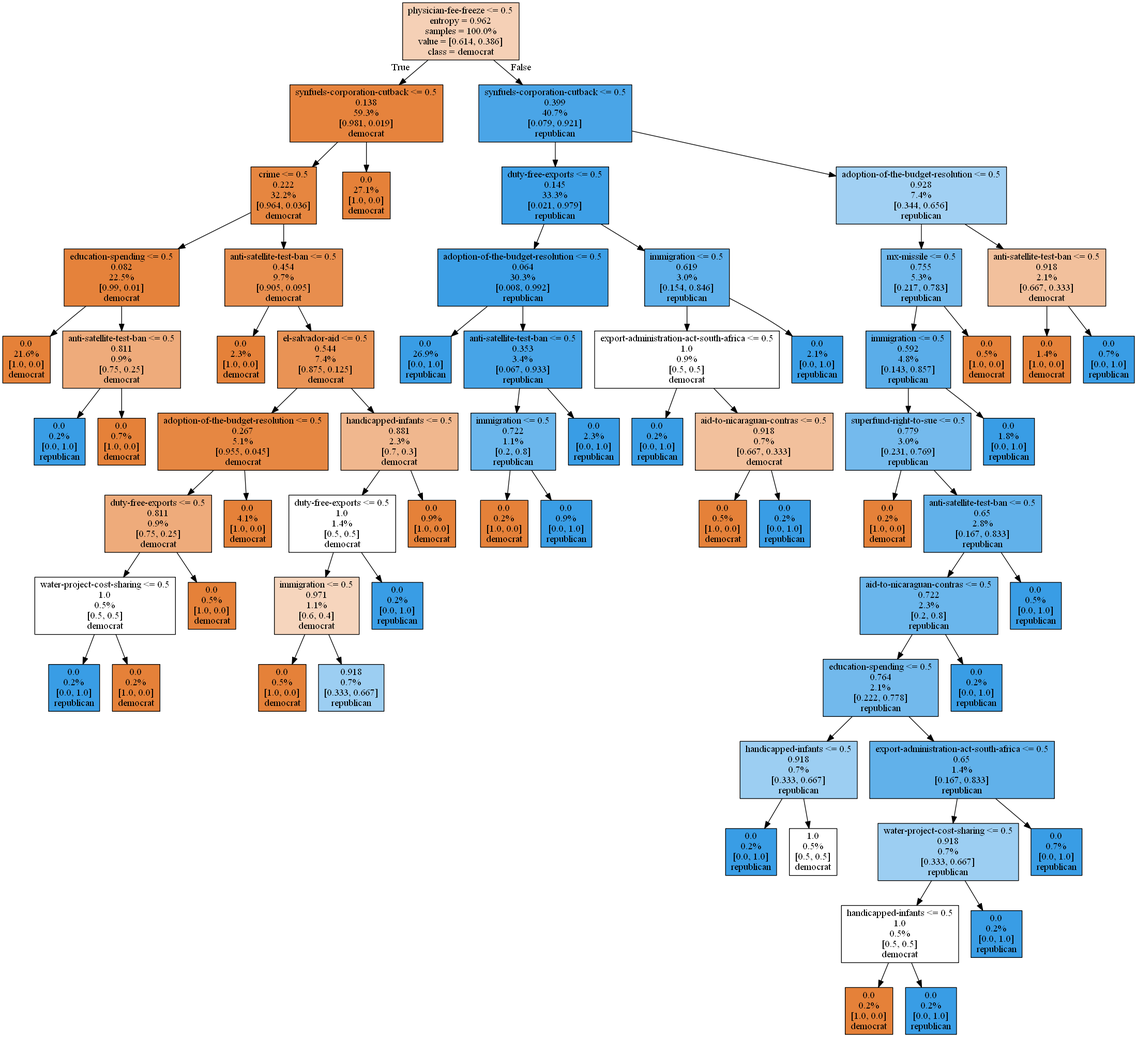
Earlier version of the Graphviz export Source.gv.png (tranduckhoatcu/Data-Mining-Assignment). Its source is kept beside it as Source.gv.
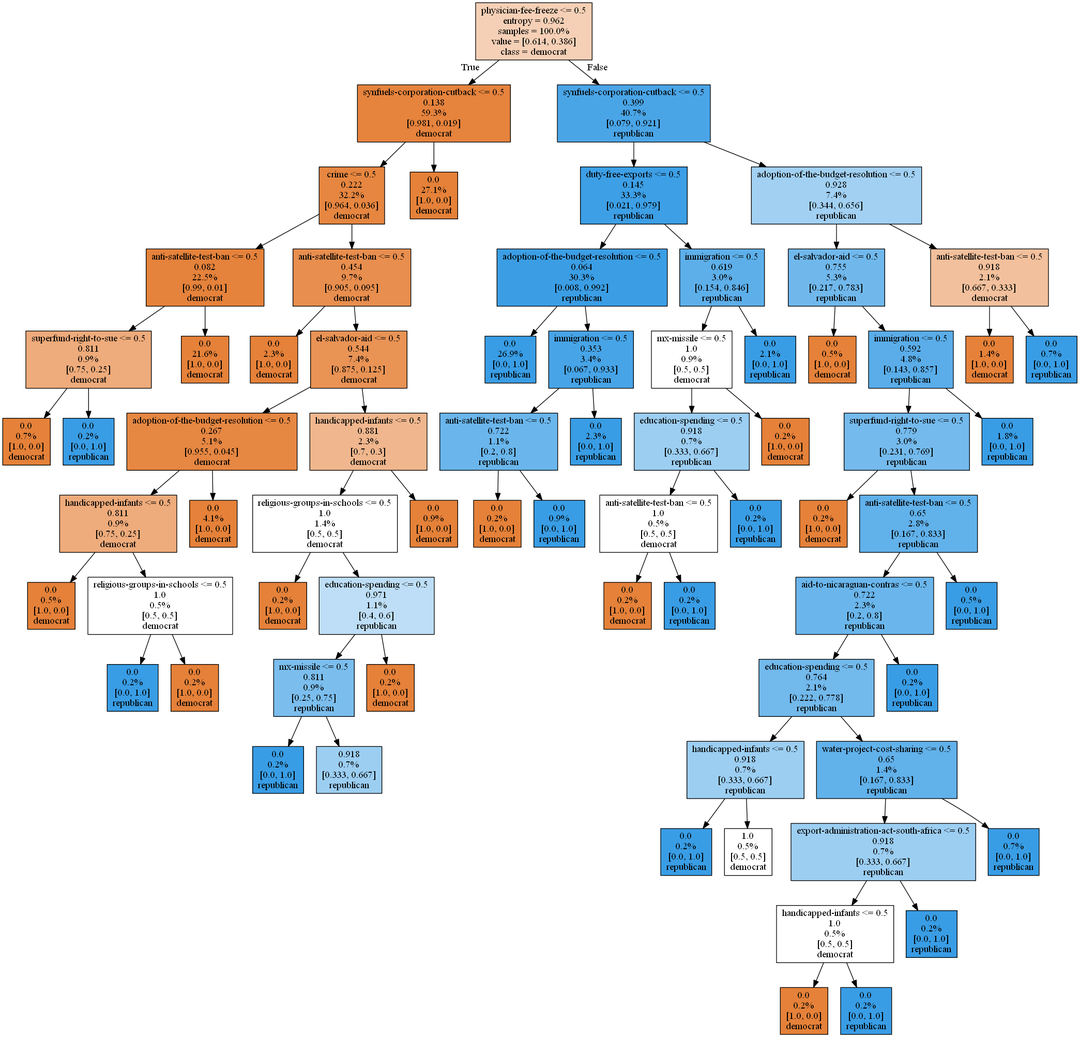
After the commit.

Change to the diagram source:
```diff
@@ -5,16 +5,16 @@
 0 -> 1 [labeldistance=2.5, labelangle=45, headlabel="True"] ;
 2 [label="crime <= 0.5\n0.222\n32.2%\n[0.964, 0.036]\ndemocrat", fillcolor="#e68640"] ;
 1 -> 2 ;
-3 [label="education-spending <= 0.5\n0.082\n22.5%\n[0.99, 0.01]\ndemocrat", fillcolor="#e5823b"] ;
+3 [label="anti-satellite-test-ban <= 0.5\n0.082\n22.5%\n[0.99, 0.01]\ndemocrat", fillcolor="#e5823b"] ;
 2 -> 3 ;
-4 [label="0.0\n21.6%\n[1.0, 0.0]\ndemocrat", fillcolor="#e58139"] ;
+4 [label="superfund-right-to-sue <= 0.5\n0.811\n0.9%\n[0.75, 0.25]\ndemocrat", fillcolor="#eeab7b"] ;
 3 -> 4 ;
-5 [label="anti-satellite-test-ban <= 0.5\n0.811\n0.9%\n[0.75, 0.25]\ndemocrat", fillcolor="#eeab7b"] ;
-3 -> 5 ;
+5 [label="0.0\n0.7%\n[1.0, 0.0]\ndemocrat", fillcolor="#e58139"] ;
+4 -> 5 ;
 6 [label="0.0\n0.2%\n[0.0, 1.0]\nrepublican", fillcolor="#399de5"] ;
-5 -> 6 ;
-7 [label="0.0\n0.7%\n[1.0, 0.0]\ndemocrat", fillcolor="#e58139"] ;
-5 -> 7 ;
+4 -> 6 ;
+7 [label="0.0\n21.6%\n[1.0, 0.0]\ndemocrat", fillcolor="#e58139"] ;
+3 -> 7 ;
 8 [label="anti-satellite-test-ban <= 0.5\n0.454\n9.7%\n[0.905, 0.095]\ndemocrat", fillcolor="#e88e4e"] ;
 2 -> 8 ;
 9 [label="0.0\n2.3%\n[1.0, 0.0]\ndemocrat", fillcolor="#e58139"] ;
@@ -23,114 +23,122 @@
 8 -> 10 ;
 11 [label="adoption-of-the-budget-resolution <= 0.5\n0.267\n5.1%\n[0.955, 0.045]\ndemocrat", fillcolor="#e68742"] ;
 10 -> 11 ;
-12 [label="duty-free-exports <= 0.5\n0.811\n0.9%\n[0.75, 0.25]\ndemocrat", fillcolor="#eeab7b"] ;
+12 [label="handicapped-infants <= 0.5\n0.811\n0.9%\n[0.75, 0.25]\ndemocrat", fillcolor="#eeab7b"] ;
 11 -> 12 ;
-13 [label="water-project-cost-sharing <= 0.5\n1.0\n0.5%\n[0.5, 0.5]\ndemocrat", fillcolor="#ffffff"] ;
+13 [label="0.0\n0.5%\n[1.0, 0.0]\ndemocrat", fillcolor="#e58139"] ;
 12 -> 13 ;
-14 [label="0.0\n0.2%\n[0.0, 1.0]\nrepublican", fillcolor="#399de5"] ;
-13 -> 14 ;
-15 [label="0.0\n0.2%\n[1.0, 0.0]\ndemocrat", fillcolor="#e58139"] ;
-13 -> 15 ;
-16 [label="0.0\n0.5%\n[1.0, 0.0]\ndemocrat", fillcolor="#e58139"] ;
-12 -> 16 ;
+14 [label="religious-groups-in-schools <= 0.5\n1.0\n0.5%\n[0.5, 0.5]\ndemocrat", fillcolor="#ffffff"] ;
+12 -> 14 ;
+15 [label="0.0\n0.2%\n[0.0, 1.0]\nrepublican", fillcolor="#399de5"] ;
+14 -> 15 ;
+16 [label="0.0\n0.2%\n[1.0, 0.0]\ndemocrat", fillcolor="#e58139"] ;
+14 -> 16 ;
 17 [label="0.0\n4.1%\n[1.0, 0.0]\ndemocrat", fillcolor="#e58139"] ;
 11 -> 17 ;
 18 [label="handicapped-infants <= 0.5\n0.881\n2.3%\n[0.7, 0.3]\ndemocrat", fillcolor="#f0b78e"] ;
 10 -> 18 ;
-19 [label="duty-free-exports <= 0.5\n1.0\n1.4%\n[0.5, 0.5]\ndemocrat", fillcolor="#ffffff"] ;
+19 [label="religious-groups-in-schools <= 0.5\n1.0\n1.4%\n[0.5, 0.5]\ndemocrat", fillcolor="#ffffff"] ;
 18 -> 19 ;
-20 [label="immigration <= 0.5\n0.971\n1.1%\n[0.6, 0.4]\ndemocrat", fillcolor="#f6d5bd"] ;
+20 [label="0.0\n0.2%\n[1.0, 0.0]\ndemocrat", fillcolor="#e58139"] ;
 19 -> 20 ;
-21 [label="0.0\n0.5%\n[1.0, 0.0]\ndemocrat", fillcolor="#e58139"] ;
-20 -> 21 ;
-22 [label="0.918\n0.7%\n[0.333, 0.667]\nrepublican", fillcolor="#9ccef2"] ;
-20 -> 22 ;
+21 [label="education-spending <= 0.5\n0.971\n1.1%\n[0.4, 0.6]\nrepublican", fillcolor="#bddef6"] ;
+19 -> 21 ;
+22 [label="mx-missile <= 0.5\n0.811\n0.9%\n[0.25, 0.75]\nrepublican", fillcolor="#7bbeee"] ;
+21 -> 22 ;
 23 [label="0.0\n0.2%\n[0.0, 1.0]\nrepublican", fillcolor="#399de5"] ;
-19 -> 23 ;
-24 [label="0.0\n0.9%\n[1.0, 0.0]\ndemocrat", fillcolor="#e58139"] ;
-18 -> 24 ;
-25 [label="0.0\n27.1%\n[1.0, 0.0]\ndemocrat", fillcolor="#e58139"] ;
-1 -> 25 ;
-26 [label="synfuels-corporation-cutback <= 0.5\n0.399\n40.7%\n[0.079, 0.921]\nrepublican", fillcolor="#4aa5e7"] ;
-0 -> 26 [labeldistance=2.5, labelangle=-45, headlabel="False"] ;
-27 [label="duty-free-exports <= 0.5\n0.145\n33.3%\n[0.021, 0.979]\nrepublican", fillcolor="#3d9fe6"] ;
-26 -> 27 ;
-28 [label="adoption-of-the-budget-resolution <= 0.5\n0.064\n30.3%\n[0.008, 0.992]\nrepublican", fillcolor="#3b9ee5"] ;
-27 -> 28 ;
-29 [label="0.0\n26.9%\n[0.0, 1.0]\nrepublican", fillcolor="#399de5"] ;
+22 -> 23 ;
+24 [label="0.918\n0.7%\n[0.333, 0.667]\nrepublican", fillcolor="#9ccef2"] ;
+22 -> 24 ;
+25 [label="0.0\n0.2%\n[1.0, 0.0]\ndemocrat", fillcolor="#e58139"] ;
+21 -> 25 ;
+26 [label="0.0\n0.9%\n[1.0, 0.0]\ndemocrat", fillcolor="#e58139"] ;
+18 -> 26 ;
+27 [label="0.0\n27.1%\n[1.0, 0.0]\ndemocrat", fillcolor="#e58139"] ;
+1 -> 27 ;
+28 [label="synfuels-corporation-cutback <= 0.5\n0.399\n40.7%\n[0.079, 0.921]\nrepublican", fillcolor="#4aa5e7"] ;
+0 -> 28 [labeldistance=2.5, labelangle=-45, headlabel="False"] ;
+29 [label="duty-free-exports <= 0.5\n0.145\n33.3%\n[0.021, 0.979]\nrepublican", fillcolor="#3d9fe6"] ;
 28 -> 29 ;
-30 [label="anti-satellite-test-ban <= 0.5\n0.353\n3.4%\n[0.067, 0.933]\nrepublican", fillcolor="#47a4e7"] ;
-28 -> 30 ;
-31 [label="immigration <= 0.5\n0.722\n1.1%\n[0.2, 0.8]\nrepublican", fillcolor="#6ab6ec"] ;
+30 [label="adoption-of-the-budget-resolution <= 0.5\n0.064\n30.3%\n[0.008, 0.992]\nrepublican", fillcolor="#3b9ee5"] ;
+29 -> 30 ;
+31 [label="0.0\n26.9%\n[0.0, 1.0]\nrepublican", fillcolor="#399de5"] ;
 30 -> 31 ;
-32 [label="0.0\n0.2%\n[1.0, 0.0]\ndemocrat", fillcolor="#e58139"] ;
-31 -> 32 ;
-33 [label="0.0\n0.9%\n[0.0, 1.0]\nrepublican", fillcolor="#399de5"] ;
-31 -> 33 ;
-34 [label="0.0\n2.3%\n[0.0, 1.0]\nrepublican", fillcolor="#399de5"] ;
-30 -> 34 ;
-35 [label="immigration <= 0.5\n0.619\n3.0%\n[0.154, 0.846]\nrepublican", fillcolor="#5dafea"] ;
-27 -> 35 ;
-36 [label="export-administration-act-south-africa <= 0.5\n1.0\n0.9%\n[0.5, 0.5]\ndemocrat", fillcolor="#ffffff"] ;
-35 -> 36 ;
-37 [label="0.0\n0.2%\n[0.0, 1.0]\nrepublican", fillcolor="#399de5"] ;
-36 -> 37 ;
-38 [label="aid-to-nicaraguan-contras <= 0.5\n0.918\n0.7%\n[0.667, 0.333]\ndemocrat", fillcolor="#f2c09c"] ;
-36 -> 38 ;
-39 [label="0.0\n0.5%\n[1.0, 0.0]\ndemocrat", fillcolor="#e58139"] ;
+32 [label="immigration <= 0.5\n0.353\n3.4%\n[0.067, 0.933]\nrepublican", fillcolor="#47a4e7"] ;
+30 -> 32 ;
+33 [label="anti-satellite-test-ban <= 0.5\n0.722\n1.1%\n[0.2, 0.8]\nrepublican", fillcolor="#6ab6ec"] ;
+32 -> 33 ;
+34 [label="0.0\n0.2%\n[1.0, 0.0]\ndemocrat", fillcolor="#e58139"] ;
+33 -> 34 ;
+35 [label="0.0\n0.9%\n[0.0, 1.0]\nrepublican", fillcolor="#399de5"] ;
+33 -> 35 ;
+36 [label="0.0\n2.3%\n[0.0, 1.0]\nrepublican", fillcolor="#399de5"] ;
+32 -> 36 ;
+37 [label="immigration <= 0.5\n0.619\n3.0%\n[0.154, 0.846]\nrepublican", fillcolor="#5dafea"] ;
+29 -> 37 ;
+38 [label="mx-missile <= 0.5\n1.0\n0.9%\n[0.5, 0.5]\ndemocrat", fillcolor="#ffffff"] ;
+37 -> 38 ;
+39 [label="education-spending <= 0.5\n0.918\n0.7%\n[0.333, 0.667]\nrepublican", fillcolor="#9ccef2"] ;
 38 -> 39 ;
-40 [label="0.0\n0.2%\n[0.0, 1.0]\nrepublican", fillcolor="#399de5"] ;
-38 -> 40 ;
-41 [label="0.0\n2.1%\n[0.0, 1.0]\nrepublican", fillcolor="#399de5"] ;
-35 -> 41 ;
-42 [label="adoption-of-the-budget-resolution <= 0.5\n0.928\n7.4%\n[0.344, 0.656]\nrepublican", fillcolor="#a1d0f3"] ;
-26 -> 42 ;
-43 [label="mx-missile <= 0.5\n0.755\n5.3%\n[0.217, 0.783]\nrepublican", fillcolor="#70b8ec"] ;
-42 -> 43 ;
-44 [label="immigration <= 0.5\n0.592\n4.8%\n[0.143, 0.857]\nrepublican", fillcolor="#5aade9"] ;
-43 -> 44 ;
-45 [label="superfund-right-to-sue <= 0.5\n0.779\n3.0%\n[0.231, 0.769]\nrepublican", fillcolor="#74baed"] ;
-44 -> 45 ;
-46 [label="0.0\n0.2%\n[1.0, 0.0]\ndemocrat", fillcolor="#e58139"] ;
-45 -> 46 ;
-47 [label="anti-satellite-test-ban <= 0.5\n0.65\n2.8%\n[0.167, 0.833]\nrepublican", fillcolor="#61b1ea"] ;
-45 -> 47 ;
-48 [label="aid-to-nicaraguan-contras <= 0.5\n0.722\n2.3%\n[0.2, 0.8]\nrepublican", fillcolor="#6ab6ec"] ;
+40 [label="anti-satellite-test-ban <= 0.5\n1.0\n0.5%\n[0.5, 0.5]\ndemocrat", fillcolor="#ffffff"] ;
+39 -> 40 ;
+41 [label="0.0\n0.2%\n[1.0, 0.0]\ndemocrat", fillcolor="#e58139"] ;
+40 -> 41 ;
+42 [label="0.0\n0.2%\n[0.0, 1.0]\nrepublican", fillcolor="#399de5"] ;
+40 -> 42 ;
+43 [label="0.0\n0.2%\n[0.0, 1.0]\nrepublican", fillcolor="#399de5"] ;
+39 -> 43 ;
+44 [label="0.0\n0.2%\n[1.0, 0.0]\ndemocrat", fillcolor="#e58139"] ;
+38 -> 44 ;
+45 [label="0.0\n2.1%\n[0.0, 1.0]\nrepublican", fillcolor="#399de5"] ;
+37 -> 45 ;
+46 [label="adoption-of-the-budget-resolution <= 0.5\n0.928\n7.4%\n[0.344, 0.656]\nrepublican", fillcolor="#a1d0f3"] ;
+28 -> 46 ;
+47 [label="el-salvador-aid <= 0.5\n0.755\n5.3%\n[0.217, 0.783]\nrepublican", fillcolor="#70b8ec"] ;
+46 -> 47 ;
+48 [label="0.0\n0.5%\n[1.0, 0.0]\ndemocrat", fillcolor="#e58139"] ;
 47 -> 48 ;
-49 [label="education-spending <= 0.5\n0.764\n2.1%\n[0.222, 0.778]\nrepublican", fillcolor="#72b9ec"] ;
-48 -> 49 ;
-50 [label="handicapped-infants <= 0.5\n0.918\n0.7%\n[0.333, 0.667]\nrepublican", fillcolor="#9ccef2"] ;
+49 [label="immigration <= 0.5\n0.592\n4.8%\n[0.143, 0.857]\nrepublican", fillcolor="#5aade9"] ;
+47 -> 49 ;
+50 [label="superfund-right-to-sue <= 0.5\n0.779\n3.0%\n[0.231, 0.769]\nrepublican", fillcolor="#74baed"] ;
 49 -> 50 ;
-51 [label="0.0\n0.2%\n[0.0, 1.0]\nrepublican", fillcolor="#399de5"] ;
+51 [label="0.0\n0.2%\n[1.0, 0.0]\ndemocrat", fillcolor="#e58139"] ;
 50 -> 51 ;
-52 [label="1.0\n0.5%\n[0.5, 0.5]\ndemocrat", fillcolor="#ffffff"] ;
+52 [label="anti-satellite-test-ban <= 0.5\n0.65\n2.8%\n[0.167, 0.833]\nrepublican", fillcolor="#61b1ea"] ;
 50 -> 52 ;
-53 [label="export-administration-act-south-africa <= 0.5\n0.65\n1.4%\n[0.167, 0.833]\nrepublican", fillcolor="#61b1ea"] ;
-49 -> 53 ;
-54 [label="water-project-cost-sharing <= 0.5\n0.918\n0.7%\n[0.333, 0.667]\nrepublican", fillcolor="#9ccef2"] ;
+53 [label="aid-to-nicaraguan-contras <= 0.5\n0.722\n2.3%\n[0.2, 0.8]\nrepublican", fillcolor="#6ab6ec"] ;
+52 -> 53 ;
+54 [label="education-spending <= 0.5\n0.764\n2.1%\n[0.222, 0.778]\nrepublican", fillcolor="#72b9ec"] ;
 53 -> 54 ;
-55 [label="handicapped-infants <= 0.5\n1.0\n0.5%\n[0.5, 0.5]\ndemocrat", fillcolor="#ffffff"] ;
+55 [label="handicapped-infants <= 0.5\n0.918\n0.7%\n[0.333, 0.667]\nrepublican", fillcolor="#9ccef2"] ;
 54 -> 55 ;
-56 [label="0.0\n0.2%\n[1.0, 0.0]\ndemocrat", fillcolor="#e58139"] ;
+56 [label="0.0\n0.2%\n[0.0, 1.0]\nrepublican", fillcolor="#399de5"] ;
 55 -> 56 ;
-57 [label="0.0\n0.2%\n[0.0, 1.0]\nrepublican", fillcolor="#399de5"] ;
+57 [label="1.0\n0.5%\n[0.5, 0.5]\ndemocrat", fillcolor="#ffffff"] ;
 55 -> 57 ;
-58 [label="0.0\n0.2%\n[0.0, 1.0]\nrepublican", fillcolor="#399de5"] ;
+58 [label="water-project-cost-sharing <= 0.5\n0.65\n1.4%\n[0.167, 0.833]\nrepublican", fillcolor="#61b1ea"] ;
 54 -> 58 ;
-59 [label="0.0\n0.7%\n[0.0, 1.0]\nrepublican", fillcolor="#399de5"] ;
-53 -> 59 ;
-60 [label="0.0\n0.2%\n[0.0, 1.0]\nrepublican", fillcolor="#399de5"] ;
-48 -> 60 ;
-61 [label="0.0\n0.5%\n[0.0, 1.0]\nrepublican", fillcolor="#399de5"] ;
-47 -> 61 ;
-62 [label="0.0\n1.8%\n[0.0, 1.0]\nrepublican", fillcolor="#399de5"] ;
-44 -> 62 ;
-63 [label="0.0\n0.5%\n[1.0, 0.0]\ndemocrat", fillcolor="#e58139"] ;
-43 -> 63 ;
-64 [label="anti-satellite-test-ban <= 0.5\n0.918\n2.1%\n[0.667, 0.333]\ndemocrat", fillcolor="#f2c09c"] ;
-42 -> 64 ;
-65 [label="0.0\n1.4%\n[1.0, 0.0]\ndemocrat", fillcolor="#e58139"] ;
-64 -> 65 ;
-66 [label="0.0\n0.7%\n[0.0, 1.0]\nrepublican", fillcolor="#399de5"] ;
-64 -> 66 ;
+59 [label="export-administration-act-south-africa <= 0.5\n0.918\n0.7%\n[0.333, 0.667]\nrepublican", fillcolor="#9ccef2"] ;
+58 -> 59 ;
+60 [label="handicapped-infants <= 0.5\n1.0\n0.5%\n[0.5, 0.5]\ndemocrat", fillcolor="#ffffff"] ;
+59 -> 60 ;
+61 [label="0.0\n0.2%\n[1.0, 0.0]\ndemocrat", fillcolor="#e58139"] ;
+60 -> 61 ;
+62 [label="0.0\n0.2%\n[0.0, 1.0]\nrepublican", fillcolor="#399de5"] ;
+60 -> 62 ;
+63 [label="0.0\n0.2%\n[0.0, 1.0]\nrepublican", fillcolor="#399de5"] ;
+59 -> 63 ;
+64 [label="0.0\n0.7%\n[0.0, 1.0]\nrepublican", fillcolor="#399de5"] ;
+58 -> 64 ;
+65 [label="0.0\n0.2%\n[0.0, 1.0]\nrepublican", fillcolor="#399de5"] ;
+53 -> 65 ;
+66 [label="0.0\n0.5%\n[0.0, 1.0]\nrepublican", fillcolor="#399de5"] ;
+52 -> 66 ;
+67 [label="0.0\n1.8%\n[0.0, 1.0]\nrepublican", fillcolor="#399de5"] ;
+49 -> 67 ;
+68 [label="anti-satellite-test-ban <= 0.5\n0.918\n2.1%\n[0.667, 0.333]\ndemocrat", fillcolor="#f2c09c"] ;
+46 -> 68 ;
+69 [label="0.0\n1.4%\n[1.0, 0.0]\ndemocrat", fillcolor="#e58139"] ;
+68 -> 69 ;
+70 [label="0.0\n0.7%\n[0.0, 1.0]\nrepublican", fillcolor="#399de5"] ;
+68 -> 70 ;
 }
```
